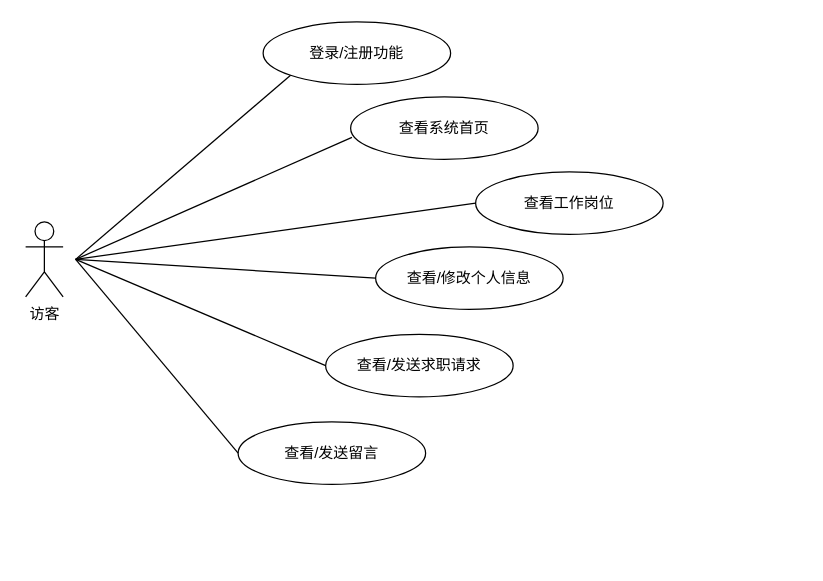
sangqiwei/sangqiwei keeps this draw.io diagram as page "第 2 页" (2 of 3) of 未命名绘图.drawio. Above is the earlier version. Source tidied: cells renumbered, new cells numbered last; positions are measured from the earlier drawing's top-left corner, leaving out a move shared by most shapes. Both pictures are drawn from the tidied source at 125%, with x=0, y=0 at pixel (25, 21).
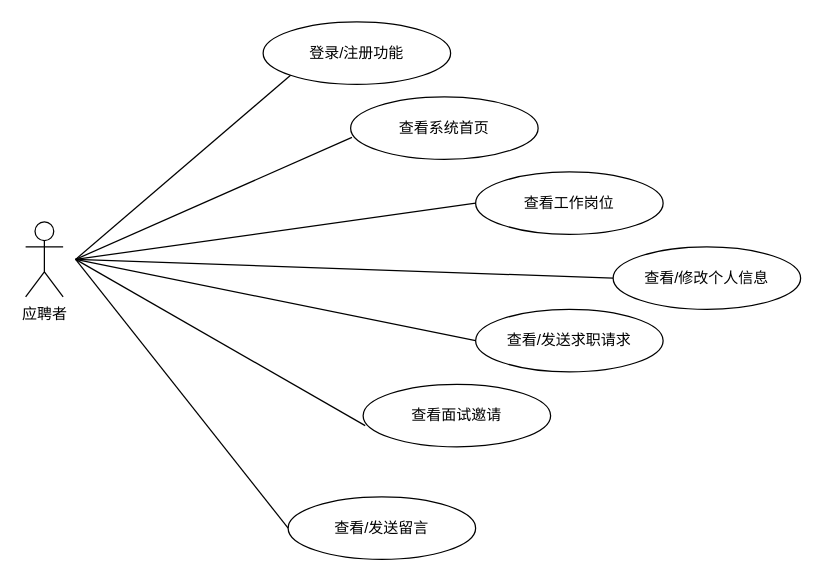
The same page after the edit.

What changed in the source:
```diff
@@
-    <mxCell id="2" value="访客" style="shape=umlActor;verticalLabelPosition=bottom;verticalAlign=top;html=1;" parent="1" vertex="1">
+    <mxCell id="2" value="应聘者" style="shape=umlActor;verticalLabelPosition=bottom;verticalAlign=top;html=1;" parent="1" vertex="1">
       <mxGeometry y="160" width="30" height="60" as="geometry" />
     </mxCell>
@@
     <mxCell id="5" value="查看/发送求职请求" style="ellipse;whiteSpace=wrap;html=1;" parent="1" vertex="1">
-      <mxGeometry x="240" y="250" width="150" height="50" as="geometry" />
+      <mxGeometry x="360" y="230" width="150" height="50" as="geometry" />
     </mxCell>
@@
     <mxCell id="11" value="查看/修改个人信息" style="ellipse;whiteSpace=wrap;html=1;" parent="1" vertex="1">
-      <mxGeometry x="280" y="180" width="150" height="50" as="geometry" />
+      <mxGeometry x="470" y="180" width="150" height="50" as="geometry" />
     </mxCell>
@@
     <mxCell id="13" value="查看/发送留言" style="ellipse;whiteSpace=wrap;html=1;" parent="1" vertex="1">
-      <mxGeometry x="170" y="320" width="150" height="50" as="geometry" />
+      <mxGeometry x="210" y="380" width="150" height="50" as="geometry" />
     </mxCell>
@@
+    <mxCell id="15" value="查看面试邀请" style="ellipse;whiteSpace=wrap;html=1;" parent="1" vertex="1">
+      <mxGeometry x="270" y="290" width="150" height="50" as="geometry" />
+    </mxCell>
+    <mxCell id="16" style="endArrow=none;html=1;rounded=0;entryX=0.011;entryY=0.66;entryDx=0;entryDy=0;entryPerimeter=0;" parent="1" edge="1" target="15">
+      <mxGeometry relative="1" as="geometry">
+        <mxPoint x="40" y="190" as="sourcePoint" />
+      </mxGeometry>
+    </mxCell>
```
